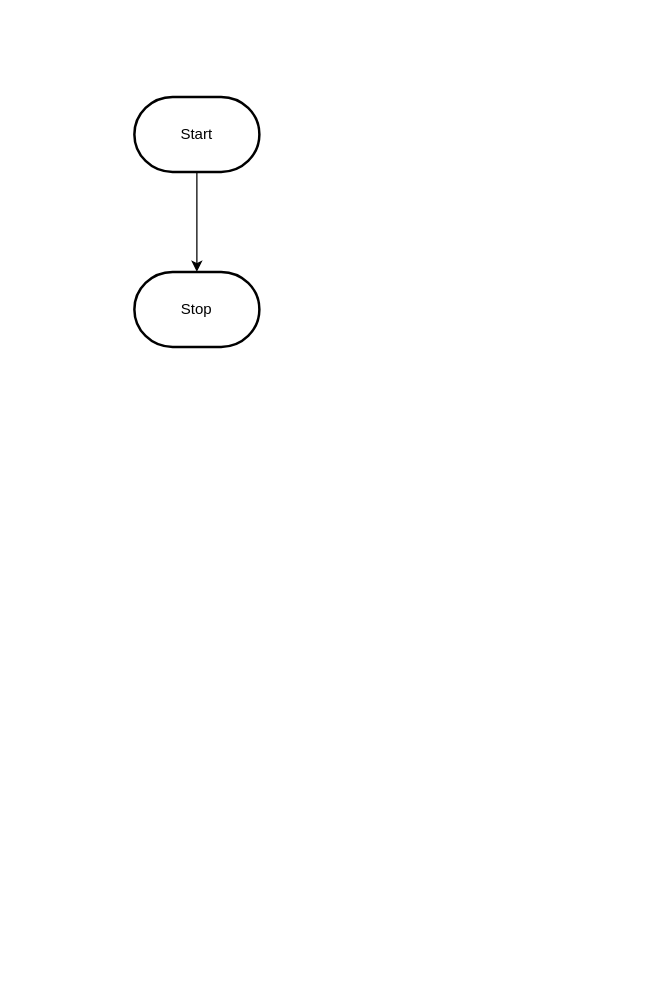
The draw.io diagram design/flowchart.drawio in MTHS-TEJ2O-1-2023/TEJ2O-Unit-2-14-ihor-chernyshev, before the edit. Source tidied: cells renumbered, new cells numbered last; positions are measured from the earlier drawing's top-left corner, leaving out a move shared by most shapes. Both pictures are drawn from the tidied source at 125%, with x=0, y=0 at pixel (134, 96).
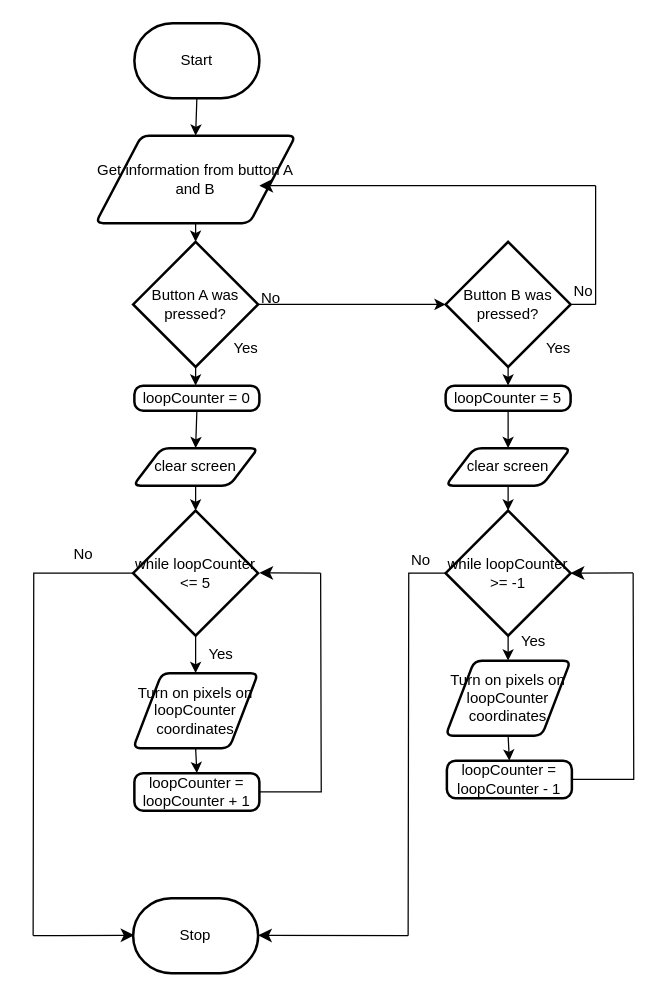
Above is the later version.

Diff of the diagram source:
```diff
@@
-    <mxCell id="2" style="edgeStyle=orthogonalEdgeStyle;html=1;rounded=0;" parent="1" edge="1" source="3" target="4">
-      <mxGeometry relative="1" as="geometry" />
-    </mxCell>
+    <mxCell id="5" style="edgeStyle=none;html=1;exitX=0.5;exitY=1;exitDx=0;exitDy=0;exitPerimeter=0;entryX=0.5;entryY=0;entryDx=0;entryDy=0;" parent="1" edge="1" source="3" target="7">
+      <mxGeometry relative="1" as="geometry" />
+    </mxCell>
     <mxCell id="3" value="Start" style="strokeWidth=2;html=1;shape=mxgraph.flowchart.terminator;whiteSpace=wrap;" parent="1" vertex="1">
-      <mxGeometry width="100" height="60" as="geometry" />
+      <mxGeometry y="-59" width="100" height="60" as="geometry" />
     </mxCell>
     <mxCell id="4" value="Stop" style="strokeWidth=2;html=1;shape=mxgraph.flowchart.terminator;whiteSpace=wrap;" parent="1" vertex="1">
-      <mxGeometry y="140" width="100" height="60" as="geometry" />
+      <mxGeometry x="-1" y="641" width="100" height="60" as="geometry" />
     </mxCell>
+    <mxCell id="6" style="edgeStyle=none;html=1;exitX=0.5;exitY=1;exitDx=0;exitDy=0;entryX=0.5;entryY=0;entryDx=0;entryDy=0;entryPerimeter=0;" parent="1" edge="1" source="7" target="10">
+      <mxGeometry relative="1" as="geometry" />
+    </mxCell>
+    <mxCell id="7" value="Get information from button A and B" style="shape=parallelogram;html=1;strokeWidth=2;perimeter=parallelogramPerimeter;whiteSpace=wrap;rounded=1;arcSize=12;size=0.23;" parent="1" vertex="1">
+      <mxGeometry x="-31" y="31" width="160" height="70" as="geometry" />
+    </mxCell>
+    <mxCell id="8" style="edgeStyle=none;html=1;exitX=1;exitY=0.5;exitDx=0;exitDy=0;exitPerimeter=0;entryX=0;entryY=0.5;entryDx=0;entryDy=0;entryPerimeter=0;" parent="1" edge="1" source="10" target="12">
+      <mxGeometry relative="1" as="geometry" />
+    </mxCell>
+    <mxCell id="9" style="edgeStyle=none;html=1;exitX=0.5;exitY=1;exitDx=0;exitDy=0;exitPerimeter=0;endArrow=classic;endFill=1;" parent="1" edge="1" source="10">
+      <mxGeometry relative="1" as="geometry">
+        <mxPoint x="49" y="231" as="targetPoint" />
+      </mxGeometry>
+    </mxCell>
+    <mxCell id="10" value="Button A was pressed?" style="strokeWidth=2;html=1;shape=mxgraph.flowchart.decision;whiteSpace=wrap;" parent="1" vertex="1">
+      <mxGeometry x="-1" y="116" width="100" height="100" as="geometry" />
+    </mxCell>
+    <mxCell id="11" style="edgeStyle=none;rounded=0;html=1;exitX=0.5;exitY=1;exitDx=0;exitDy=0;exitPerimeter=0;entryX=0.5;entryY=0;entryDx=0;entryDy=0;endArrow=classic;endFill=1;" parent="1" edge="1" source="12" target="49">
+      <mxGeometry relative="1" as="geometry" />
+    </mxCell>
+    <mxCell id="12" value="Button B was pressed?" style="strokeWidth=2;html=1;shape=mxgraph.flowchart.decision;whiteSpace=wrap;" parent="1" vertex="1">
+      <mxGeometry x="249" y="116" width="100" height="100" as="geometry" />
+    </mxCell>
+    <mxCell id="13" style="endArrow=classic;html=1;rounded=0;endSize=8;startSize=8;sourcePerimeterSpacing=0;targetPerimeterSpacing=0;" parent="1" edge="1">
+      <mxGeometry relative="1" as="geometry">
+        <mxPoint x="369" y="71" as="sourcePoint" />
+        <mxPoint x="100" y="71" as="targetPoint" />
+      </mxGeometry>
+    </mxCell>
+    <mxCell id="14" value="No" style="text;html=1;align=center;verticalAlign=middle;strokeColor=none;fillColor=none;" parent="1" vertex="1">
+      <mxGeometry x="89" y="146" width="40" height="30" as="geometry" />
+    </mxCell>
+    <mxCell id="15" style="edgeStyle=none;rounded=0;html=1;exitX=0.5;exitY=1;exitDx=0;exitDy=0;entryX=0.5;entryY=0;entryDx=0;entryDy=0;entryPerimeter=0;endArrow=classic;endFill=1;" parent="1" edge="1" source="16" target="21">
+      <mxGeometry relative="1" as="geometry" />
+    </mxCell>
+    <mxCell id="16" value="clear screen" style="shape=parallelogram;html=1;strokeWidth=2;perimeter=parallelogramPerimeter;whiteSpace=wrap;rounded=1;arcSize=12;size=0.23;" parent="1" vertex="1">
+      <mxGeometry x="-1" y="281" width="100" height="30" as="geometry" />
+    </mxCell>
+    <mxCell id="17" style="edgeStyle=none;rounded=0;html=1;exitX=0.5;exitY=1;exitDx=0;exitDy=0;endArrow=classic;endFill=1;" parent="1" edge="1" source="18" target="30">
+      <mxGeometry relative="1" as="geometry" />
+    </mxCell>
+    <mxCell id="18" value="clear screen" style="shape=parallelogram;html=1;strokeWidth=2;perimeter=parallelogramPerimeter;whiteSpace=wrap;rounded=1;arcSize=12;size=0.23;" parent="1" vertex="1">
+      <mxGeometry x="249" y="281" width="100" height="30" as="geometry" />
+    </mxCell>
+    <mxCell id="19" style="edgeStyle=none;rounded=0;html=1;exitX=0.5;exitY=1;exitDx=0;exitDy=0;exitPerimeter=0;endArrow=classic;endFill=1;" parent="1" edge="1" source="21">
+      <mxGeometry relative="1" as="geometry">
+        <mxPoint x="49" y="461" as="targetPoint" />
+      </mxGeometry>
+    </mxCell>
+    <mxCell id="20" style="edgeStyle=orthogonalEdgeStyle;rounded=0;html=1;exitX=0;exitY=0.5;exitDx=0;exitDy=0;exitPerimeter=0;endArrow=none;endFill=0;" parent="1" edge="1" source="21">
+      <mxGeometry relative="1" as="geometry">
+        <mxPoint x="-81" y="671" as="targetPoint" />
+      </mxGeometry>
+    </mxCell>
+    <mxCell id="21" value="while loopCounter &amp;lt;= 5" style="strokeWidth=2;html=1;shape=mxgraph.flowchart.decision;whiteSpace=wrap;" parent="1" vertex="1">
+      <mxGeometry x="-1" y="331" width="100" height="100" as="geometry" />
+    </mxCell>
+    <mxCell id="22" style="edgeStyle=orthogonalEdgeStyle;rounded=0;html=1;exitX=1;exitY=0.5;exitDx=0;exitDy=0;endArrow=none;endFill=0;" parent="1" edge="1" source="23">
+      <mxGeometry relative="1" as="geometry">
+        <mxPoint x="149" y="381" as="targetPoint" />
+      </mxGeometry>
+    </mxCell>
+    <mxCell id="23" value="loopCounter = loopCounter + 1" style="rounded=1;whiteSpace=wrap;html=1;absoluteArcSize=1;arcSize=14;strokeWidth=2;" parent="1" vertex="1">
+      <mxGeometry y="541" width="100" height="30" as="geometry" />
+    </mxCell>
+    <mxCell id="24" style="edgeStyle=none;rounded=0;html=1;exitX=0.5;exitY=1;exitDx=0;exitDy=0;entryX=0.5;entryY=0;entryDx=0;entryDy=0;endArrow=classic;endFill=1;" parent="1" edge="1" source="25" target="23">
+      <mxGeometry relative="1" as="geometry" />
+    </mxCell>
+    <mxCell id="25" value="Turn on pixels on loopCounter coordinates" style="shape=parallelogram;html=1;strokeWidth=2;perimeter=parallelogramPerimeter;whiteSpace=wrap;rounded=1;arcSize=12;size=0.23;" parent="1" vertex="1">
+      <mxGeometry x="-1" y="461" width="100" height="60" as="geometry" />
+    </mxCell>
+    <mxCell id="26" value="Yes" style="text;html=1;align=center;verticalAlign=middle;strokeColor=none;fillColor=none;" parent="1" vertex="1">
+      <mxGeometry x="49" y="431" width="40" height="30" as="geometry" />
+    </mxCell>
+    <mxCell id="27" style="endArrow=classic;html=1;rounded=0;endSize=8;startSize=8;sourcePerimeterSpacing=0;targetPerimeterSpacing=0;" parent="1" edge="1">
+      <mxGeometry relative="1" as="geometry">
+        <mxPoint x="149" y="381" as="sourcePoint" />
+        <mxPoint x="100" y="380.8" as="targetPoint" />
+      </mxGeometry>
+    </mxCell>
+    <mxCell id="28" style="edgeStyle=none;rounded=0;html=1;exitX=0.5;exitY=1;exitDx=0;exitDy=0;exitPerimeter=0;endArrow=classic;endFill=1;" parent="1" edge="1" source="30">
+      <mxGeometry relative="1" as="geometry">
+        <mxPoint x="299" y="451" as="targetPoint" />
+      </mxGeometry>
+    </mxCell>
+    <mxCell id="29" style="edgeStyle=orthogonalEdgeStyle;rounded=0;html=1;exitX=0;exitY=0.5;exitDx=0;exitDy=0;exitPerimeter=0;endArrow=none;endFill=0;" parent="1" edge="1" source="30">
+      <mxGeometry relative="1" as="geometry">
+        <mxPoint x="219" y="671" as="targetPoint" />
+      </mxGeometry>
+    </mxCell>
+    <mxCell id="30" value="while loopCounter &amp;gt;= -1" style="strokeWidth=2;html=1;shape=mxgraph.flowchart.decision;whiteSpace=wrap;" parent="1" vertex="1">
+      <mxGeometry x="249" y="331" width="100" height="100" as="geometry" />
+    </mxCell>
+    <mxCell id="31" style="edgeStyle=orthogonalEdgeStyle;rounded=0;html=1;exitX=1;exitY=0.5;exitDx=0;exitDy=0;endArrow=none;endFill=0;" parent="1" edge="1" source="32">
+      <mxGeometry relative="1" as="geometry">
+        <mxPoint x="399" y="381" as="targetPoint" />
+      </mxGeometry>
+    </mxCell>
+    <mxCell id="32" value="loopCounter = loopCounter - 1" style="rounded=1;whiteSpace=wrap;html=1;absoluteArcSize=1;arcSize=14;strokeWidth=2;" parent="1" vertex="1">
+      <mxGeometry x="250" y="531" width="100" height="30" as="geometry" />
+    </mxCell>
+    <mxCell id="33" style="edgeStyle=none;rounded=0;html=1;exitX=0.5;exitY=1;exitDx=0;exitDy=0;entryX=0.5;entryY=0;entryDx=0;entryDy=0;endArrow=classic;endFill=1;" parent="1" edge="1" source="34" target="32">
+      <mxGeometry relative="1" as="geometry" />
+    </mxCell>
+    <mxCell id="34" value="Turn on pixels on loopCounter coordinates" style="shape=parallelogram;html=1;strokeWidth=2;perimeter=parallelogramPerimeter;whiteSpace=wrap;rounded=1;arcSize=12;size=0.23;" parent="1" vertex="1">
+      <mxGeometry x="249" y="451" width="100" height="60" as="geometry" />
+    </mxCell>
+    <mxCell id="35" value="Yes" style="text;html=1;align=center;verticalAlign=middle;strokeColor=none;fillColor=none;" parent="1" vertex="1">
+      <mxGeometry x="299" y="421" width="40" height="30" as="geometry" />
+    </mxCell>
+    <mxCell id="36" style="endArrow=classic;html=1;rounded=0;endSize=8;startSize=8;sourcePerimeterSpacing=0;targetPerimeterSpacing=0;" parent="1" edge="1">
+      <mxGeometry relative="1" as="geometry">
+        <mxPoint x="399" y="380.8" as="sourcePoint" />
+        <mxPoint x="349" y="381" as="targetPoint" />
+      </mxGeometry>
+    </mxCell>
+    <mxCell id="37" style="edgeStyle=segmentEdgeStyle;endArrow=classic;html=1;curved=0;rounded=0;endSize=8;startSize=8;sourcePerimeterSpacing=0;targetPerimeterSpacing=0;" parent="1" edge="1">
+      <mxGeometry relative="1" as="geometry">
+        <mxPoint x="-81" y="671" as="sourcePoint" />
+        <mxPoint y="670.7" as="targetPoint" />
+        <Array as="points">
+          <mxPoint x="-60" y="670.7" />
+          <mxPoint x="-60" y="670.7" />
+        </Array>
+      </mxGeometry>
+    </mxCell>
+    <mxCell id="38" value="No" style="text;html=1;align=center;verticalAlign=middle;strokeColor=none;fillColor=none;" parent="1" vertex="1">
+      <mxGeometry x="-61" y="351" width="40" height="30" as="geometry" />
+    </mxCell>
+    <mxCell id="39" style="endArrow=classic;html=1;rounded=0;endSize=8;startSize=8;sourcePerimeterSpacing=0;targetPerimeterSpacing=0;" parent="1" edge="1">
+      <mxGeometry relative="1" as="geometry">
+        <mxPoint x="219" y="671" as="sourcePoint" />
+        <mxPoint x="99" y="670.8" as="targetPoint" />
+      </mxGeometry>
+    </mxCell>
+    <mxCell id="40" value="Yes" style="text;html=1;align=center;verticalAlign=middle;strokeColor=none;fillColor=none;" parent="1" vertex="1">
+      <mxGeometry x="69" y="186" width="40" height="30" as="geometry" />
+    </mxCell>
+    <mxCell id="41" value="Yes" style="text;html=1;align=center;verticalAlign=middle;strokeColor=none;fillColor=none;" parent="1" vertex="1">
+      <mxGeometry x="319" y="186" width="40" height="30" as="geometry" />
+    </mxCell>
+    <mxCell id="42" value="No" style="text;html=1;align=center;verticalAlign=middle;strokeColor=none;fillColor=none;" parent="1" vertex="1">
+      <mxGeometry x="209" y="356" width="40" height="30" as="geometry" />
+    </mxCell>
+    <mxCell id="43" style="edgeStyle=none;rounded=0;html=1;exitX=0.5;exitY=1;exitDx=0;exitDy=0;entryX=0.5;entryY=0;entryDx=0;entryDy=0;endArrow=classic;endFill=1;" parent="1" edge="1" source="44" target="16">
+      <mxGeometry relative="1" as="geometry" />
+    </mxCell>
+    <mxCell id="44" value="loopCounter = 0" style="rounded=1;whiteSpace=wrap;html=1;absoluteArcSize=1;arcSize=14;strokeWidth=2;" parent="1" vertex="1">
+      <mxGeometry y="231" width="100" height="20" as="geometry" />
+    </mxCell>
+    <mxCell id="45" style="edgeStyle=none;orthogonalLoop=1;jettySize=auto;html=1;rounded=0;endArrow=none;endFill=0;" parent="1" edge="1">
+      <mxGeometry relative="1" as="geometry">
+        <mxPoint x="350" y="165.9" as="sourcePoint" />
+        <mxPoint x="369" y="166" as="targetPoint" />
+      </mxGeometry>
+    </mxCell>
+    <mxCell id="46" style="edgeStyle=none;orthogonalLoop=1;jettySize=auto;html=1;rounded=0;endArrow=none;endFill=0;" parent="1" edge="1">
+      <mxGeometry relative="1" as="geometry">
+        <mxPoint x="369" y="71" as="sourcePoint" />
+        <mxPoint x="369" y="166" as="targetPoint" />
+      </mxGeometry>
+    </mxCell>
+    <mxCell id="47" value="No" style="text;html=1;align=center;verticalAlign=middle;strokeColor=none;fillColor=none;" parent="1" vertex="1">
+      <mxGeometry x="339" y="141" width="40" height="30" as="geometry" />
+    </mxCell>
+    <mxCell id="48" style="edgeStyle=none;rounded=0;html=1;exitX=0.5;exitY=1;exitDx=0;exitDy=0;entryX=0.5;entryY=0;entryDx=0;entryDy=0;endArrow=classic;endFill=1;" parent="1" edge="1" source="49" target="18">
+      <mxGeometry relative="1" as="geometry" />
+    </mxCell>
+    <mxCell id="49" value="loopCounter = 5" style="rounded=1;whiteSpace=wrap;html=1;absoluteArcSize=1;arcSize=14;strokeWidth=2;" parent="1" vertex="1">
+      <mxGeometry x="249" y="231" width="100" height="20" as="geometry" />
+    </mxCell>
```
